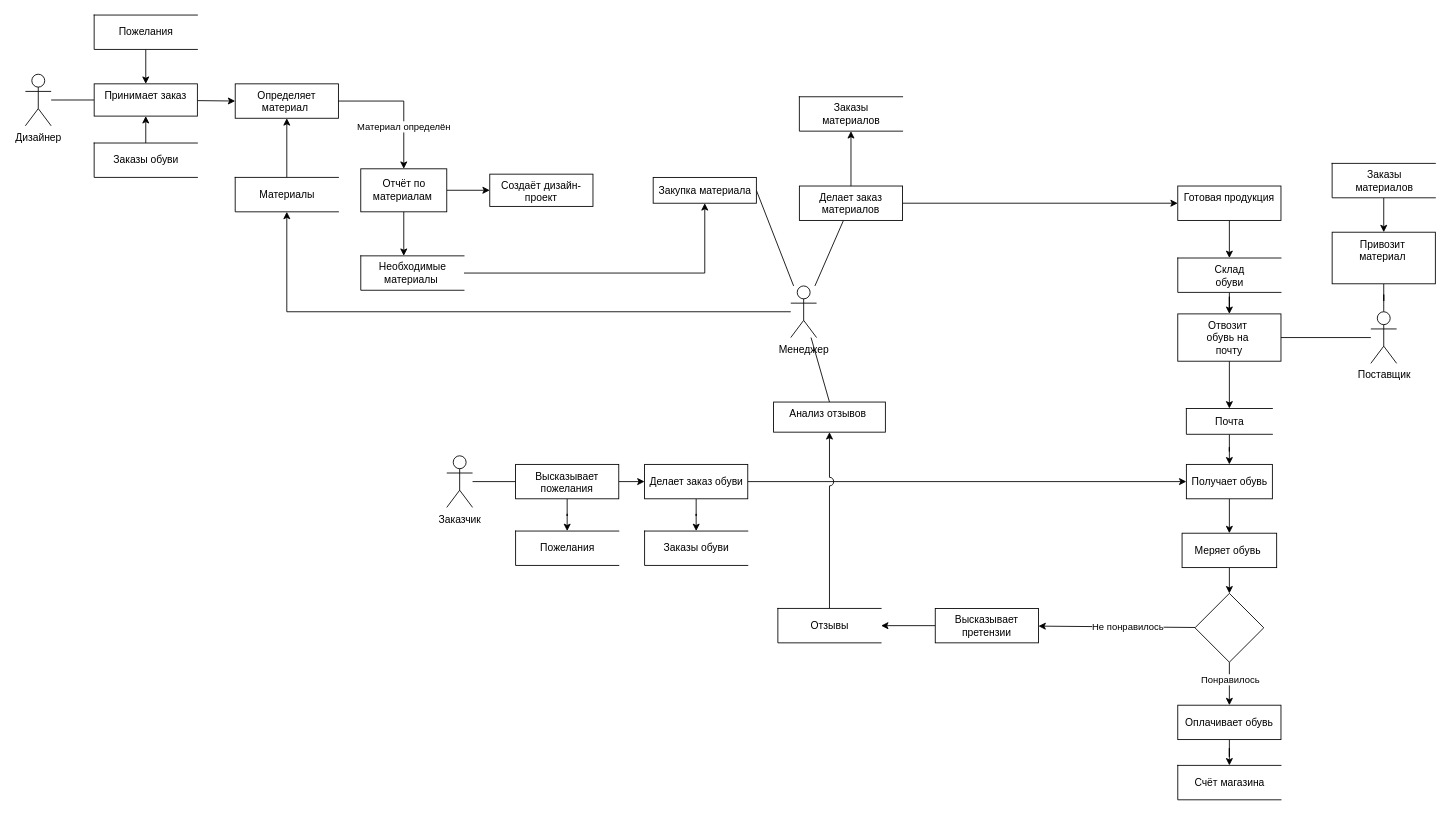
Before: DFD.drawio in MorozovStanislav/Repozitory, a draw.io diagram. Source tidied: cells renumbered, new cells numbered last; positions are measured from the earlier drawing's top-left corner, leaving out a move shared by most shapes. Both pictures are drawn from the tidied source at 86%, with x=0, y=0 at pixel (25, 15).
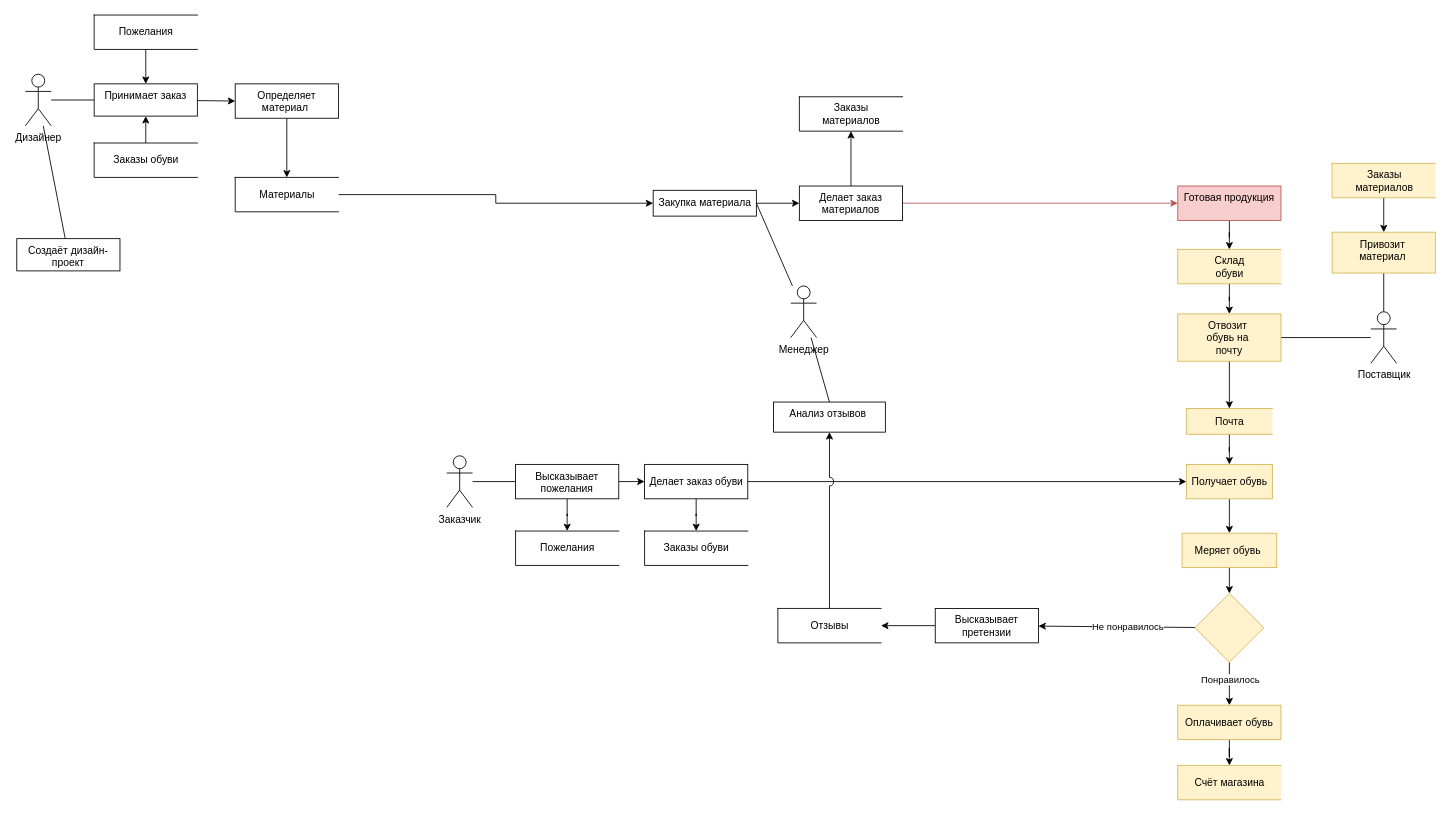
The same page after the edit.

The change refers to these unchanged cells:
```xml
<mxCell id="4" value="Менеджер" style="shape=umlActor;verticalLabelPosition=bottom;verticalAlign=top;html=1;outlineConnect=0;" parent="1" vertex="1">
  <mxGeometry x="890" y="315" width="30" height="60" as="geometry" />
</mxCell>
<mxCell id="11" value="Дизайнер" style="shape=umlActor;verticalLabelPosition=bottom;verticalAlign=top;html=1;outlineConnect=0;" parent="1" vertex="1">
  <mxGeometry y="68.8" width="30" height="60" as="geometry" />
</mxCell>
<mxCell id="19" value="Определяет материал&amp;nbsp;" style="whiteSpace=wrap;html=1;verticalAlign=top;" parent="1" vertex="1">
  <mxGeometry x="244" y="80" width="120" height="40" as="geometry" />
</mxCell>
<mxCell id="29" value="Материалы" style="html=1;dashed=0;whitespace=wrap;shape=partialRectangle;right=0;" parent="1" vertex="1">
  <mxGeometry x="244" y="188.8" width="120" height="40" as="geometry" />
</mxCell>
<mxCell id="32" value="Делает заказ материалов" style="whiteSpace=wrap;html=1;verticalAlign=top;" parent="1" vertex="1">
  <mxGeometry x="900" y="198.8" width="120" height="40" as="geometry" />
</mxCell>
```

Change to the diagram source:
```diff
@@
-    <mxCell id="2" style="edgeStyle=none;rounded=0;jettySize=auto;html=1;endArrow=none;endFill=0;strokeColor=default;" parent="1" edge="1" source="4" target="32">
-      <mxGeometry relative="1" as="geometry" />
-    </mxCell>
-    <mxCell id="3" style="edgeStyle=none;rounded=0;jettySize=auto;html=1;endArrow=classic;endFill=1;" parent="1" edge="1" source="4" target="29">
-      <mxGeometry relative="1" as="geometry">
-        <Array as="points">
-          <mxPoint x="304" y="345" />
-        </Array>
-      </mxGeometry>
-    </mxCell>
@@
+    <mxCell id="74" style="rounded=0;jettySize=auto;html=1;endArrow=none;endFill=0;" parent="1" edge="1" source="11" target="56">
+      <mxGeometry relative="1" as="geometry" />
+    </mxCell>
@@
+    <mxCell id="75" style="edgeStyle=orthogonalEdgeStyle;rounded=0;jettySize=auto;html=1;" parent="1" edge="1" source="19" target="29">
+      <mxGeometry relative="1" as="geometry" />
+    </mxCell>
@@
-    <mxCell id="20" style="edgeStyle=orthogonalEdgeStyle;rounded=0;jettySize=auto;html=1;entryX=0.5;entryY=0;entryDx=0;entryDy=0;exitX=1;exitY=0.5;exitDx=0;exitDy=0;" parent="1" edge="1" source="19" target="24">
-      <mxGeometry relative="1" as="geometry" />
-    </mxCell>
-    <mxCell id="21" value="Материал определён" style="edgeLabel;html=1;align=center;verticalAlign=middle;" parent="20" vertex="1">
-      <mxGeometry x="-0.35" relative="1" as="geometry">
-        <mxPoint x="25" y="29" as="offset" />
-      </mxGeometry>
-    </mxCell>
-    <mxCell id="22" style="edgeStyle=none;rounded=0;jettySize=auto;html=1;endArrow=classic;endFill=1;" parent="1" edge="1" source="24">
-      <mxGeometry relative="1" as="geometry">
-        <mxPoint x="440" y="280" as="targetPoint" />
-      </mxGeometry>
-    </mxCell>
-    <mxCell id="23" style="edgeStyle=orthogonalEdgeStyle;rounded=0;sketch=0;jumpStyle=none;jumpSize=10;jettySize=auto;html=1;entryX=0;entryY=0.5;entryDx=0;entryDy=0;shadow=0;labelBorderColor=none;verticalAlign=middle;" parent="1" edge="1" source="24" target="56">
-      <mxGeometry relative="1" as="geometry" />
-    </mxCell>
-    <mxCell id="24" value="Отчёт по &lt;br&gt;материалам&amp;nbsp;" style="html=1;dashed=0;whitespace=wrap;" parent="1" vertex="1">
-      <mxGeometry x="390" y="178.8" width="100" height="50" as="geometry" />
-    </mxCell>
@@
+    <mxCell id="76" style="edgeStyle=orthogonalEdgeStyle;rounded=0;jettySize=auto;html=1;" parent="1" edge="1" source="26" target="32">
+      <mxGeometry relative="1" as="geometry" />
+    </mxCell>
     <mxCell id="26" value="Закупка материала" style="html=1;dashed=0;whitespace=wrap;" parent="1" vertex="1">
-      <mxGeometry x="730" y="188.8" width="120" height="30" as="geometry" />
+      <mxGeometry x="730" y="203.8" width="120" height="30" as="geometry" />
     </mxCell>
@@
-    <mxCell id="28" style="edgeStyle=none;rounded=0;jettySize=auto;html=1;endArrow=classic;endFill=1;" parent="1" edge="1" source="29" target="19">
-      <mxGeometry relative="1" as="geometry" />
-    </mxCell>
+    <mxCell id="77" style="edgeStyle=orthogonalEdgeStyle;rounded=0;jettySize=auto;html=1;" parent="1" edge="1" source="29" target="26">
+      <mxGeometry relative="1" as="geometry" />
+    </mxCell>
@@
-    <mxCell id="31" style="edgeStyle=orthogonalEdgeStyle;rounded=0;sketch=0;jumpStyle=none;jumpSize=10;jettySize=auto;html=1;shadow=0;labelBorderColor=none;verticalAlign=middle;" parent="1" edge="1" source="32" target="59">
+    <mxCell id="31" style="edgeStyle=orthogonalEdgeStyle;rounded=0;sketch=0;jumpStyle=none;jumpSize=10;jettySize=auto;html=1;shadow=0;labelBorderColor=none;verticalAlign=middle;fillColor=#f8cecc;strokeColor=#b85450;" parent="1" edge="1" source="32" target="59">
       <mxGeometry relative="1" as="geometry" />
     </mxCell>
@@
-    <mxCell id="34" value="Получает обувь" style="html=1;dashed=0;whitespace=wrap;" parent="1" vertex="1">
+    <mxCell id="34" value="Получает обувь" style="html=1;dashed=0;whitespace=wrap;fillColor=#fff2cc;strokeColor=#d6b656;" parent="1" vertex="1">
       <mxGeometry x="1350" y="522.5" width="100" height="40" as="geometry" />
     </mxCell>
@@
-    <mxCell id="36" value="Меряет обувь&amp;nbsp;" style="whiteSpace=wrap;html=1;dashed=0;" parent="1" vertex="1">
+    <mxCell id="36" value="Меряет обувь&amp;nbsp;" style="whiteSpace=wrap;html=1;dashed=0;fillColor=#fff2cc;strokeColor=#d6b656;" parent="1" vertex="1">
       <mxGeometry x="1345" y="602.5" width="110" height="40" as="geometry" />
     </mxCell>
@@
-    <mxCell id="45" style="rhombus;whiteSpace=wrap;html=1;dashed=0;" parent="1" vertex="1">
+    <mxCell id="45" style="rhombus;whiteSpace=wrap;html=1;dashed=0;fillColor=#fff2cc;strokeColor=#d6b656;" parent="1" vertex="1">
       <mxGeometry x="1360" y="672.5" width="80" height="80" as="geometry" />
     </mxCell>
@@
-    <mxCell id="47" value="Оплачивает обувь" style="whiteSpace=wrap;html=1;dashed=0;" parent="1" vertex="1">
+    <mxCell id="47" value="Оплачивает обувь" style="whiteSpace=wrap;html=1;dashed=0;fillColor=#fff2cc;strokeColor=#d6b656;" parent="1" vertex="1">
       <mxGeometry x="1340" y="802.5" width="120" height="40" as="geometry" />
     </mxCell>
@@
-    <mxCell id="50" style="edgeStyle=none;rounded=0;jettySize=auto;html=1;endArrow=classic;endFill=1;" parent="1" edge="1" source="51" target="26">
-      <mxGeometry relative="1" as="geometry">
-        <Array as="points">
-          <mxPoint x="790" y="300" />
-        </Array>
-      </mxGeometry>
-    </mxCell>
-    <mxCell id="51" value="Необходимые &lt;br&gt;материалы&amp;nbsp;" style="html=1;dashed=0;whitespace=wrap;shape=partialRectangle;right=0;" parent="1" vertex="1">
-      <mxGeometry x="390" y="280" width="120" height="40" as="geometry" />
-    </mxCell>
-    <mxCell id="52" value="Счёт магазина" style="html=1;dashed=0;whitespace=wrap;shape=partialRectangle;right=0;" parent="1" vertex="1">
+    <mxCell id="52" value="Счёт магазина" style="html=1;dashed=0;whitespace=wrap;shape=partialRectangle;right=0;fillColor=#fff2cc;strokeColor=#d6b656;" parent="1" vertex="1">
       <mxGeometry x="1340" y="872.5" width="120" height="40" as="geometry" />
     </mxCell>
@@
     <mxCell id="56" value="Создаёт дизайн-проект" style="whiteSpace=wrap;html=1;verticalAlign=top;" parent="1" vertex="1">
-      <mxGeometry x="540" y="185" width="120" height="37.5" as="geometry" />
+      <mxGeometry x="-10" y="260" width="120" height="37.5" as="geometry" />
     </mxCell>
@@
-    <mxCell id="59" value="Готовая продукция" style="whiteSpace=wrap;html=1;verticalAlign=top;" parent="1" vertex="1">
+    <mxCell id="59" value="Готовая продукция" style="whiteSpace=wrap;html=1;verticalAlign=top;fillColor=#f8cecc;strokeColor=#b85450;" parent="1" vertex="1">
       <mxGeometry x="1340" y="198.8" width="120" height="40" as="geometry" />
     </mxCell>
@@
-    <mxCell id="61" value="Склад &lt;br&gt;обуви" style="html=1;dashed=0;whitespace=wrap;shape=partialRectangle;right=0;" parent="1" vertex="1">
-      <mxGeometry x="1340" y="282.5" width="120" height="40" as="geometry" />
+    <mxCell id="61" value="Склад &lt;br&gt;обуви" style="html=1;dashed=0;whitespace=wrap;shape=partialRectangle;right=0;fillColor=#fff2cc;strokeColor=#d6b656;" parent="1" vertex="1">
+      <mxGeometry x="1340" y="272.5" width="120" height="40" as="geometry" />
     </mxCell>
@@
-    <mxCell id="64" value="Привозит&amp;nbsp;&lt;br&gt;материал&amp;nbsp;" style="whiteSpace=wrap;html=1;verticalAlign=top;" parent="1" vertex="1">
-      <mxGeometry x="1519.5" y="252.5" width="120" height="60" as="geometry" />
+    <mxCell id="64" value="Привозит&amp;nbsp;&lt;br&gt;материал&amp;nbsp;" style="whiteSpace=wrap;html=1;verticalAlign=top;fillColor=#fff2cc;strokeColor=#d6b656;" parent="1" vertex="1">
+      <mxGeometry x="1519.5" y="252.5" width="120" height="47.5" as="geometry" />
     </mxCell>
@@
-    <mxCell id="66" value="Заказы &lt;br&gt;материалов" style="html=1;dashed=0;whitespace=wrap;shape=partialRectangle;right=0;" parent="1" vertex="1">
+    <mxCell id="66" value="Заказы &lt;br&gt;материалов" style="html=1;dashed=0;whitespace=wrap;shape=partialRectangle;right=0;fillColor=#fff2cc;strokeColor=#d6b656;" parent="1" vertex="1">
       <mxGeometry x="1519.5" y="172.5" width="120" height="40" as="geometry" />
     </mxCell>
@@
-    <mxCell id="68" value="Почта" style="html=1;dashed=0;whitespace=wrap;shape=partialRectangle;right=0;" parent="1" vertex="1">
+    <mxCell id="68" value="Почта" style="html=1;dashed=0;whitespace=wrap;shape=partialRectangle;right=0;fillColor=#fff2cc;strokeColor=#d6b656;" parent="1" vertex="1">
       <mxGeometry x="1350" y="457.5" width="100" height="30" as="geometry" />
     </mxCell>
@@
-    <mxCell id="73" value="Отвозит&amp;nbsp;&lt;br&gt;обувь на&amp;nbsp;&lt;br&gt;почту" style="whiteSpace=wrap;html=1;verticalAlign=top;" parent="1" vertex="1">
+    <mxCell id="73" value="Отвозит&amp;nbsp;&lt;br&gt;обувь на&amp;nbsp;&lt;br&gt;почту" style="whiteSpace=wrap;html=1;verticalAlign=top;fillColor=#fff2cc;strokeColor=#d6b656;" parent="1" vertex="1">
       <mxGeometry x="1340" y="347.5" width="120" height="55" as="geometry" />
     </mxCell>
```
